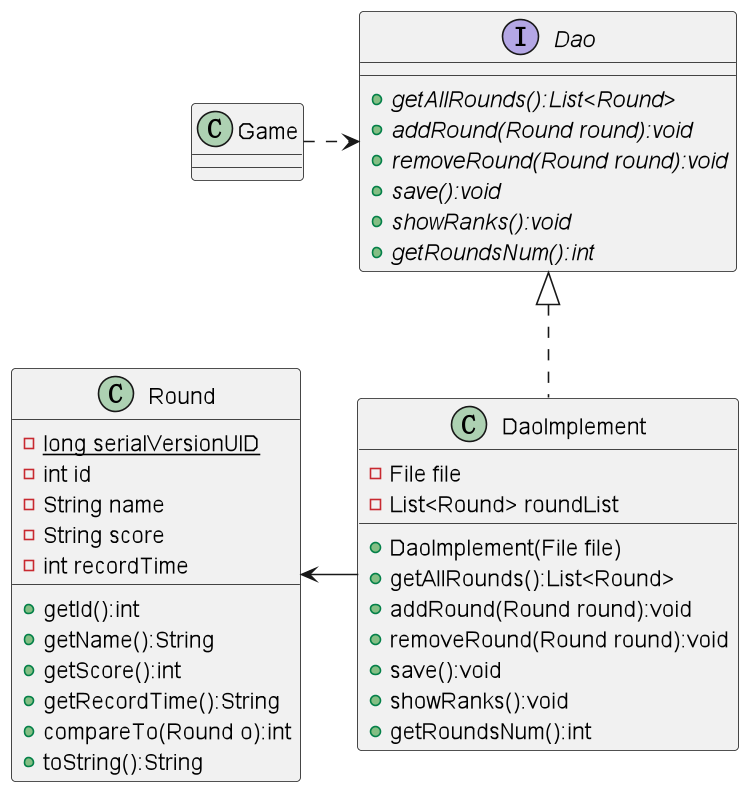
Before: uml/实验4/uml_exp4_DAO.png, a diagram exported from PlantUML (Stone749990226/AircraftWar). Source of this version:
```plantuml
@startuml
class Round {
- {static} long serialVersionUID
- int id
- String name
- String score
- int recordTime
+ getId():int
+ getName():String
+ getScore():int
+ getRecordTime():String
+ compareTo(Round o):int
+ toString():String
}
class Game {
}
class DaoImplement {
- File file
- List<Round> roundList
+ DaoImplement(File file)
+ getAllRounds():List<Round>
+ addRound(Round round):void
+ removeRound(Round round):void
+ save():void
+ showRanks():void
+ getRoundsNum():int
}
interface Dao {
+ {abstract} getAllRounds():List<Round>
+ {abstract} addRound(Round round):void
+ {abstract} removeRound(Round round):void
+ {abstract} save():void
+ {abstract} showRanks():void
+ {abstract} getRoundsNum():int
}

Game .r.> Dao
Dao <|.. DaoImplement
Round <-r- DaoImplement

@enduml
```
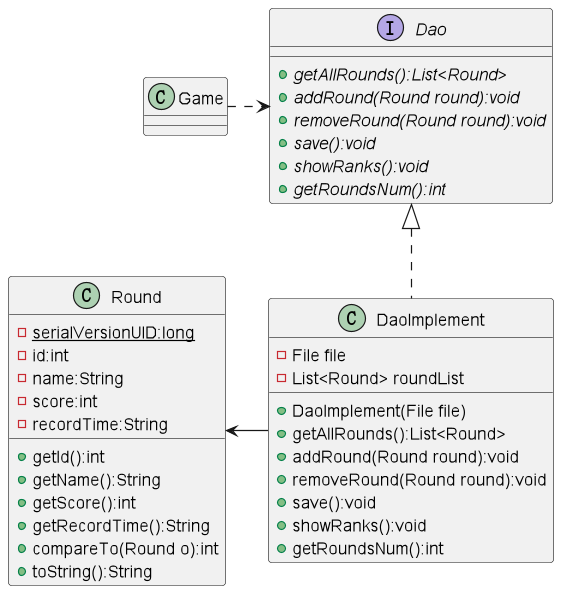
Later version of the same file.

The edit, as a diff of the source:
```diff
@@ -1,10 +1,10 @@
 @startuml
 class Round {
-- {static} long serialVersionUID
-- int id
-- String name
-- String score
-- int recordTime
+- {static} serialVersionUID:long
+- id:int
+- name:String
+- score:int
+- recordTime:String
 + getId():int
 + getName():String
 + getScore():int
```
